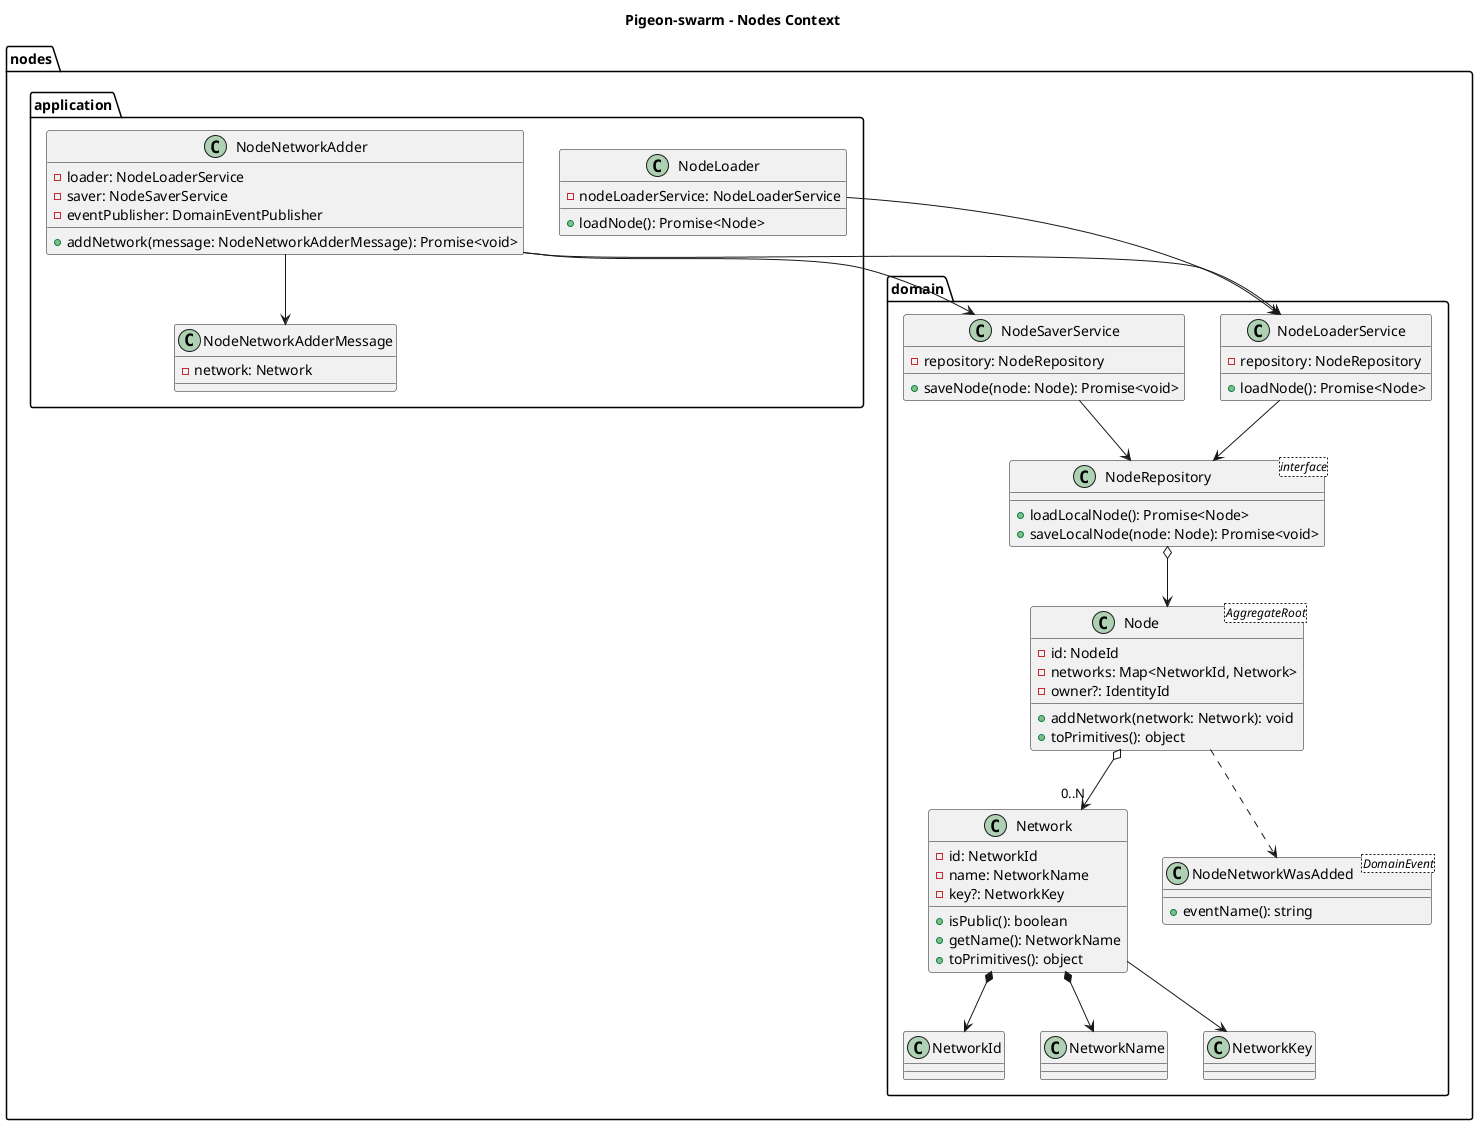
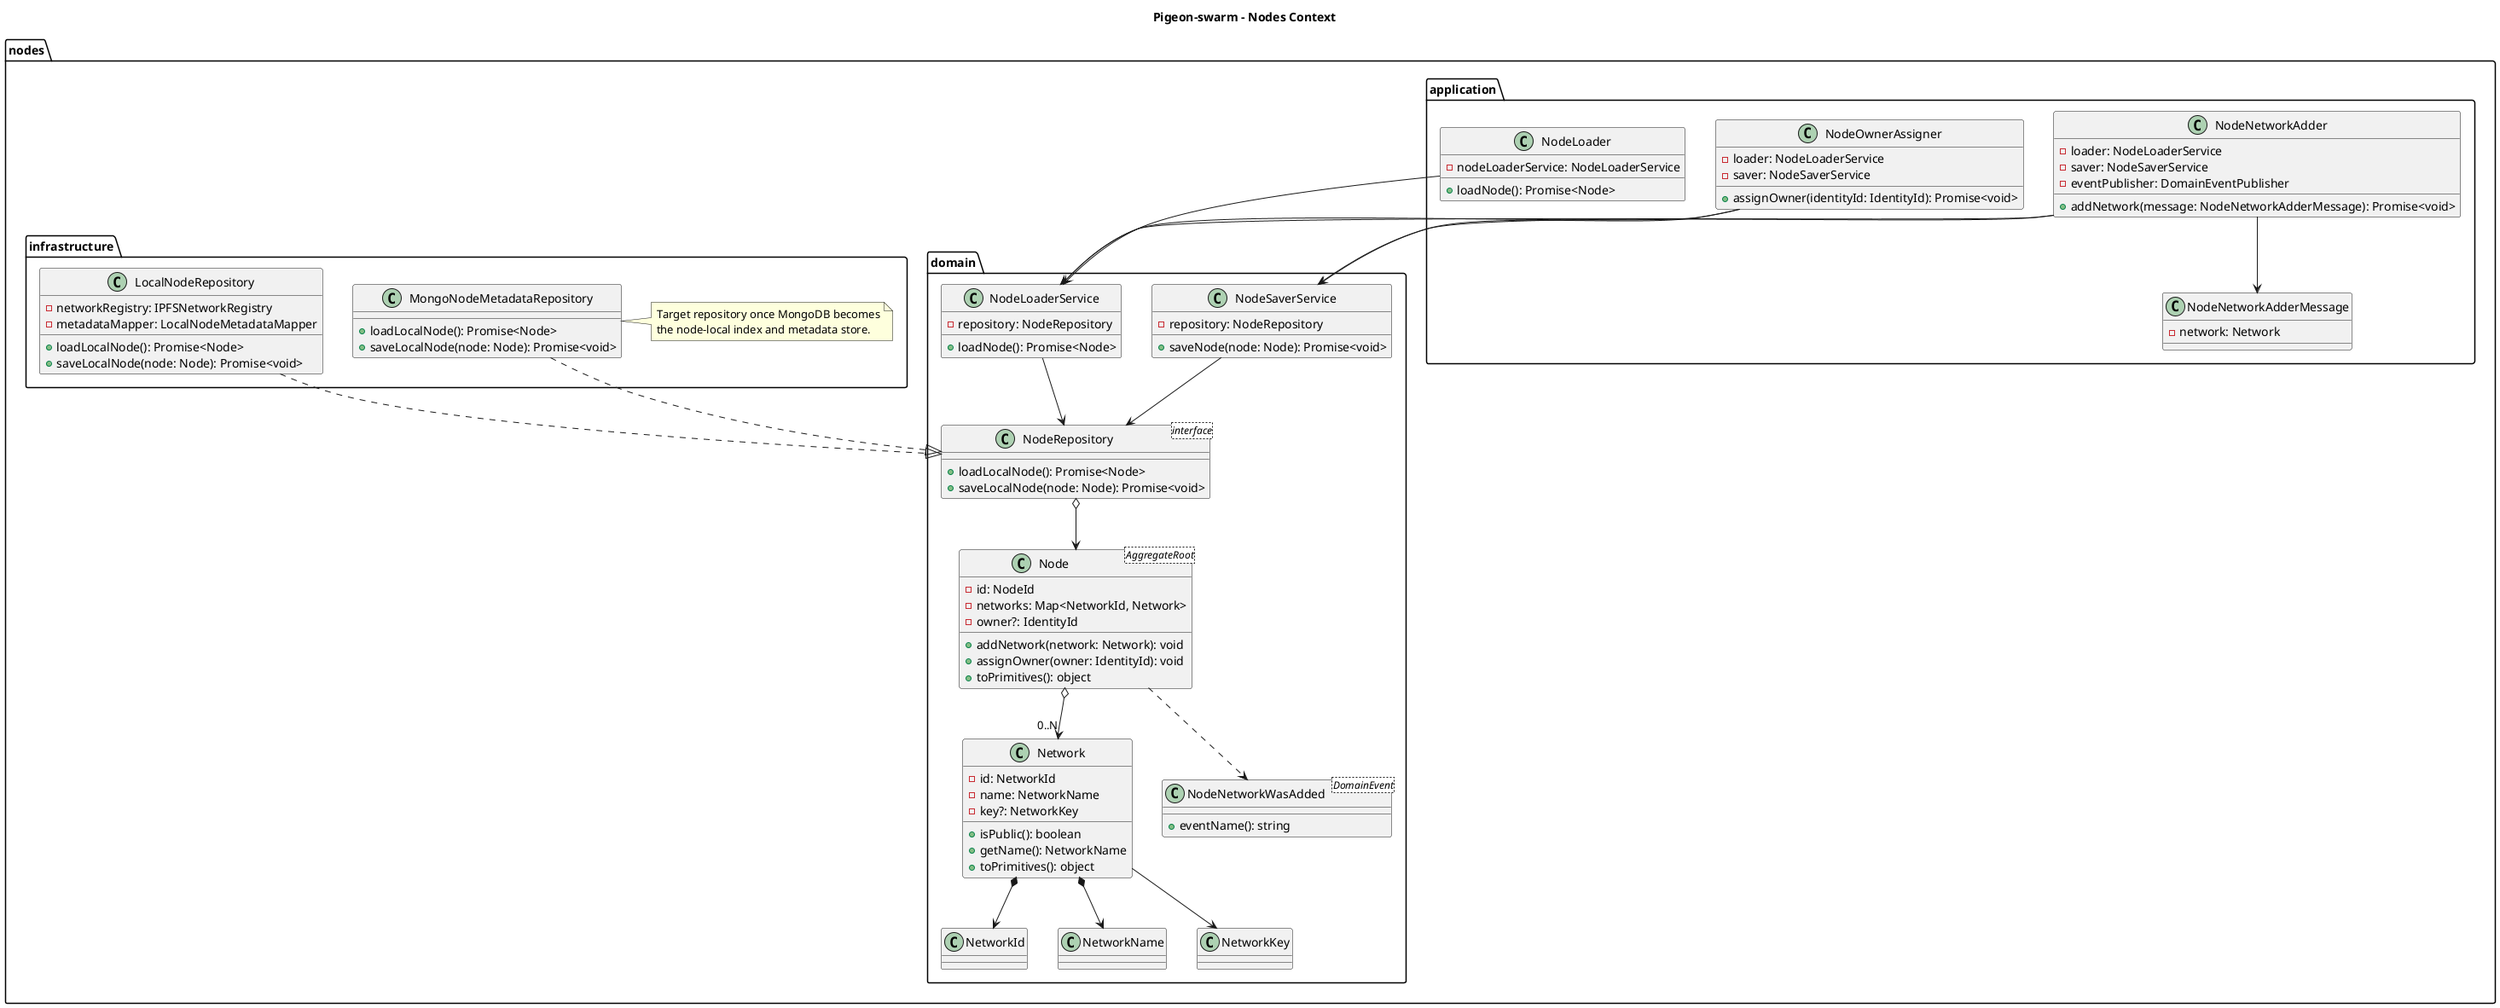
@startuml

title Pigeon-swarm - Nodes Context

package "nodes" {
  package "domain" {
    class Node <AggregateRoot> {
      -id: NodeId
      -networks: Map<NetworkId, Network>
      -owner?: IdentityId
      +addNetwork(network: Network): void
+       +assignOwner(owner: IdentityId): void
      +toPrimitives(): object
    }

    class Network {
      -id: NetworkId
      -name: NetworkName
      -key?: NetworkKey
      +isPublic(): boolean
      +getName(): NetworkName
      +toPrimitives(): object
    }

    class NodeNetworkWasAdded <DomainEvent> {
      +eventName(): string
    }

    class NetworkId
    class NetworkName
    class NetworkKey

    Node o--> "0..N" Network
    Node ..> NodeNetworkWasAdded
    Network *--> NetworkId
    Network *--> NetworkName
    Network --> NetworkKey

    class NodeRepository <interface> {
      +loadLocalNode(): Promise<Node>
      +saveLocalNode(node: Node): Promise<void>
    }

    class NodeLoaderService {
      -repository: NodeRepository
      +loadNode(): Promise<Node>
    }

    class NodeSaverService {
      -repository: NodeRepository
      +saveNode(node: Node): Promise<void>
    }

    NodeRepository o--> Node
    NodeLoaderService --> NodeRepository
    NodeSaverService --> NodeRepository
  }

  package "application" {
    class NodeNetworkAdder {
      -loader: NodeLoaderService
      -saver: NodeSaverService
      -eventPublisher: DomainEventPublisher
      +addNetwork(message: NodeNetworkAdderMessage): Promise<void>
    }

    class NodeNetworkAdderMessage {
      -network: Network
    }

    class NodeLoader {
      -nodeLoaderService: NodeLoaderService
      +loadNode(): Promise<Node>
    }

+     class NodeOwnerAssigner {
+       -loader: NodeLoaderService
+       -saver: NodeSaverService
+       +assignOwner(identityId: IdentityId): Promise<void>
+     }
+ 
    NodeNetworkAdder --> NodeLoaderService
    NodeNetworkAdder --> NodeSaverService
    NodeNetworkAdder --> NodeNetworkAdderMessage
    NodeLoader --> NodeLoaderService
+     NodeOwnerAssigner --> NodeLoaderService
+     NodeOwnerAssigner --> NodeSaverService
+   }
+ 
+   package "infrastructure" {
+     class LocalNodeRepository {
+       -networkRegistry: IPFSNetworkRegistry
+       -metadataMapper: LocalNodeMetadataMapper
+       +loadLocalNode(): Promise<Node>
+       +saveLocalNode(node: Node): Promise<void>
+     }
+ 
+     class MongoNodeMetadataRepository {
+       +loadLocalNode(): Promise<Node>
+       +saveLocalNode(node: Node): Promise<void>
+     }
+ 
+     note right of MongoNodeMetadataRepository
+       Target repository once MongoDB becomes
+       the node-local index and metadata store.
+     end note
+ 
+     LocalNodeRepository ..|> NodeRepository
+     MongoNodeMetadataRepository ..|> NodeRepository
  }
}

@enduml
